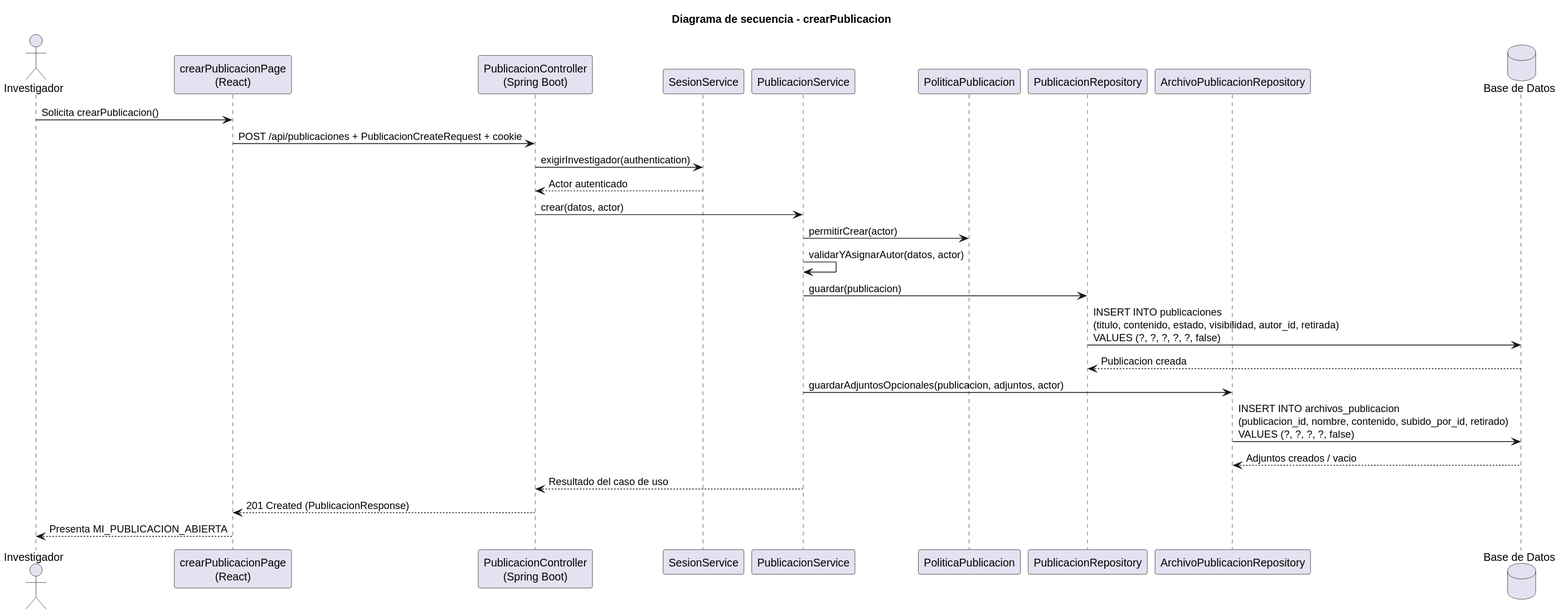
Earlier version of the PlantUML export images/RUP/02-diseño/casos-uso/investigador/crearPublicacion/secuencia.svg (beatriizorozco/25-26-idsw2-sdVC).
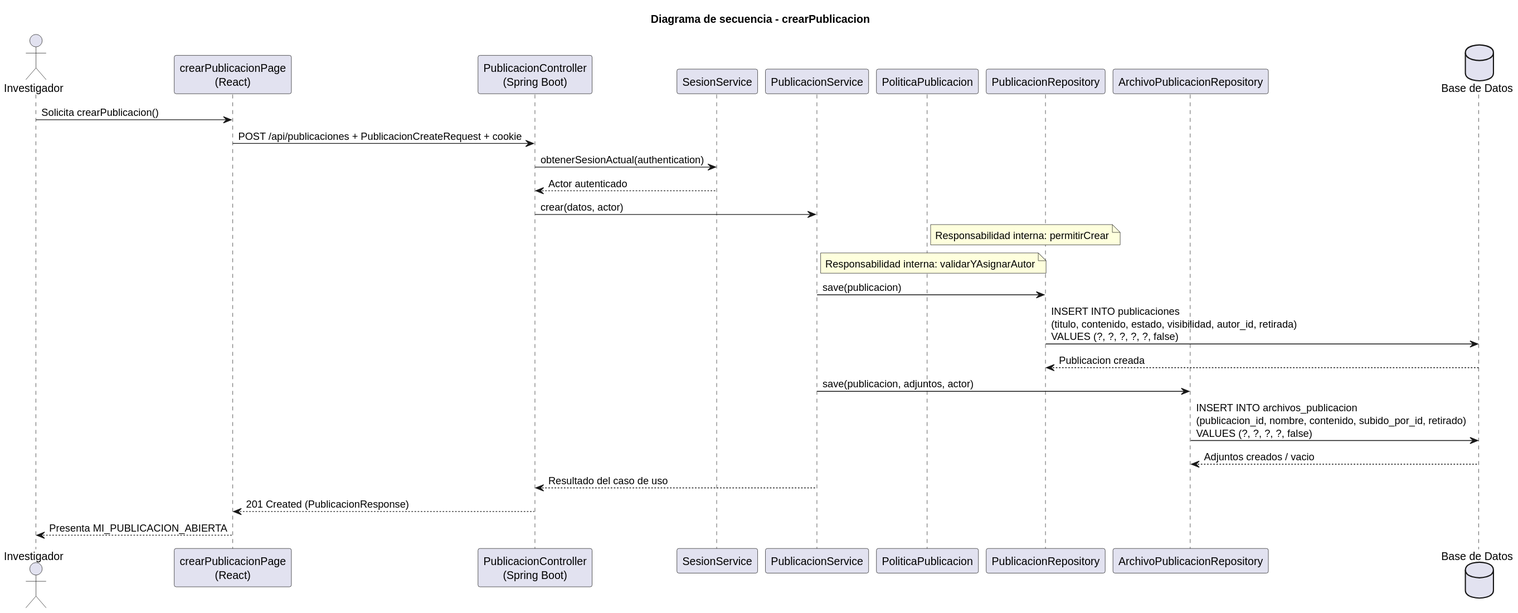
Later version of the same file.

What changed in the source:
```diff
@@ -12,15 +12,15 @@
 
 Investigador -> Frontend: Solicita crearPublicacion()
 Frontend -> Api: POST /api/publicaciones + PublicacionCreateRequest + cookie
-Api -> Sesion: exigirInvestigador(authentication)
+Api -> Sesion: obtenerSesionActual(authentication)
 Sesion --> Api: Actor autenticado
 Api -> Service: crear(datos, actor)
-Service -> Policy: permitirCrear(actor)
-Service -> Service: validarYAsignarAutor(datos, actor)
-Service -> Repo: guardar(publicacion)
+note right of Policy: Responsabilidad interna: permitirCrear
+note right of Service: Responsabilidad interna: validarYAsignarAutor
+Service -> Repo: save(publicacion)
 Repo -> DB: INSERT INTO publicaciones\n(titulo, contenido, estado, visibilidad, autor_id, retirada)\nVALUES (?, ?, ?, ?, ?, false)
 DB --> Repo: Publicacion creada
-Service -> ArchivoRepo: guardarAdjuntosOpcionales(publicacion, adjuntos, actor)
+Service -> ArchivoRepo: save(publicacion, adjuntos, actor)
 ArchivoRepo -> DB: INSERT INTO archivos_publicacion\n(publicacion_id, nombre, contenido, subido_por_id, retirado)\nVALUES (?, ?, ?, ?, false)
 DB --> ArchivoRepo: Adjuntos creados / vacio
 Service --> Api: Resultado del caso de uso
```
